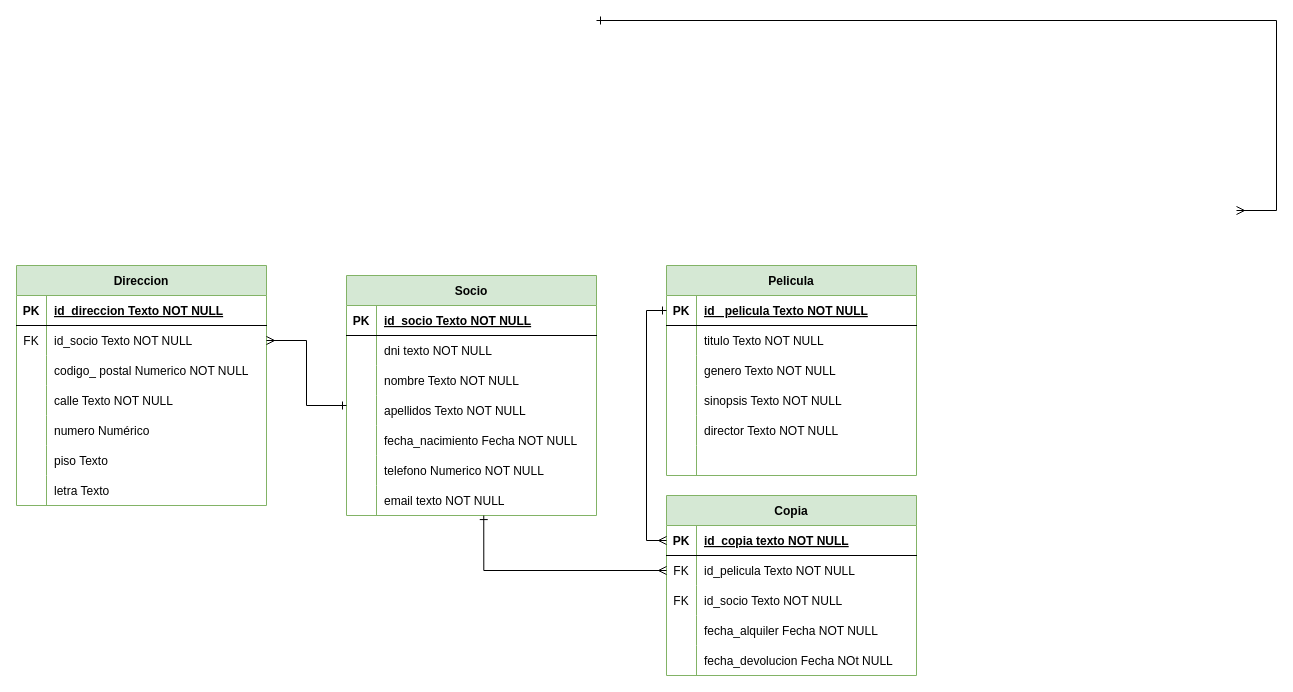
Earlier version of the draw.io diagram videoclub.drawio (ChrisLune/Practica-SQL). Source tidied: cells renumbered, new cells numbered last; positions are measured from the earlier drawing's top-left corner, leaving out a move shared by most shapes. Both pictures are drawn from the tidied source at 100%, with x=0, y=0 at pixel (16, 20).
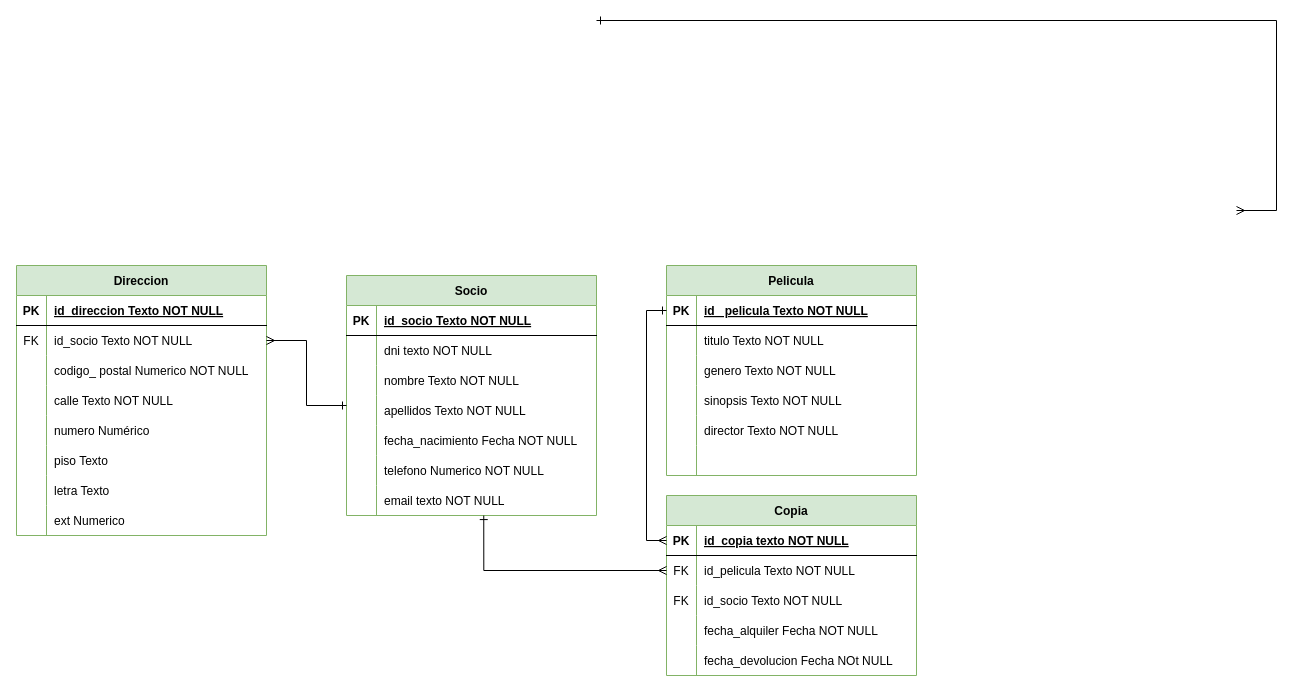
Above is the later version.

Commit message (it also covers changes not shown here):
Diagrama y Tablas

The edit, as a diff of the source:
```diff
@@
     <mxCell id="2" value="Direccion" style="shape=table;startSize=30;childLayout=tableLayout;rowLines=0;fontStyle=1;align=center;fillColor=#d5e8d4;strokeColor=#82b366;" parent="1" vertex="1">
-      <mxGeometry y="245" width="250" height="240" as="geometry" />
+      <mxGeometry y="245" width="250" height="270" as="geometry" />
     </mxCell>
@@
+    <mxCell id="85" style="shape=partialRectangle;fillColor=none;top=0;left=0;right=0;bottom=0;" parent="2" vertex="1">
+      <mxGeometry y="240" width="250" height="30" as="geometry" />
+    </mxCell>
+    <mxCell id="86" style="shape=partialRectangle;overflow=hidden;fillColor=none;top=0;left=0;bottom=0;right=0;" parent="85" vertex="1">
+      <mxGeometry width="30" height="30" as="geometry" />
+    </mxCell>
+    <mxCell id="87" value="ext Numerico" style="shape=partialRectangle;overflow=hidden;fillColor=none;top=0;left=0;bottom=0;right=0;align=left;spacingLeft=6;" parent="85" vertex="1">
+      <mxGeometry x="30" width="220" height="30" as="geometry" />
+    </mxCell>
```
